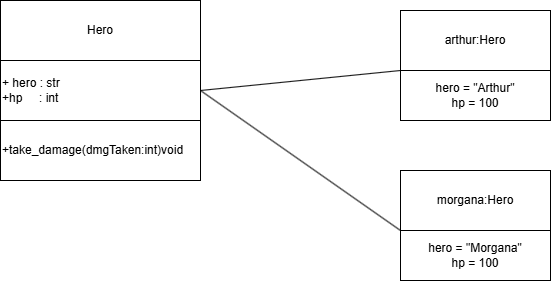
jrantipolo/ZRC-SY2627_CS3_Portfolio-Johanan keeps this draw.io diagram as heropyDiagram.drawio.png. Above is the earlier version. Source tidied: cells renumbered, new cells last; positions are measured from the earlier drawing's top-left corner, leaving out a move shared by most shapes.
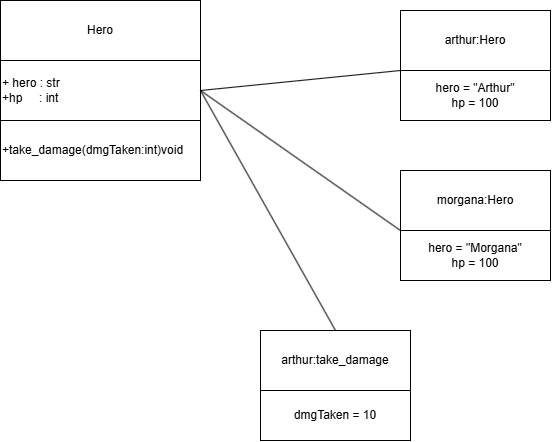
Above is the later version.

Change to the diagram source:
```diff
@@ -34,5 +34,16 @@
         <mxPoint x="200" y="90" as="sourcePoint" />
       </mxGeometry>
     </mxCell>
+    <mxCell id="12" value="arthur:take_damage" style="rounded=0;whiteSpace=wrap;html=1;" parent="1" vertex="1">
+      <mxGeometry x="260" y="330" width="150" height="60" as="geometry" />
+    </mxCell>
+    <mxCell id="13" value="dmgTaken = 10" style="rounded=0;whiteSpace=wrap;html=1;" parent="1" vertex="1">
+      <mxGeometry x="260" y="390" width="150" height="50" as="geometry" />
+    </mxCell>
+    <mxCell id="14" style="endArrow=none;html=1;rounded=0;entryX=0.5;entryY=0;entryDx=0;entryDy=0;" parent="1" edge="1" target="12">
+      <mxGeometry relative="1" as="geometry">
+        <mxPoint x="200" y="90" as="sourcePoint" />
+      </mxGeometry>
+    </mxCell>
   </root>
 </mxGraphModel>
```
